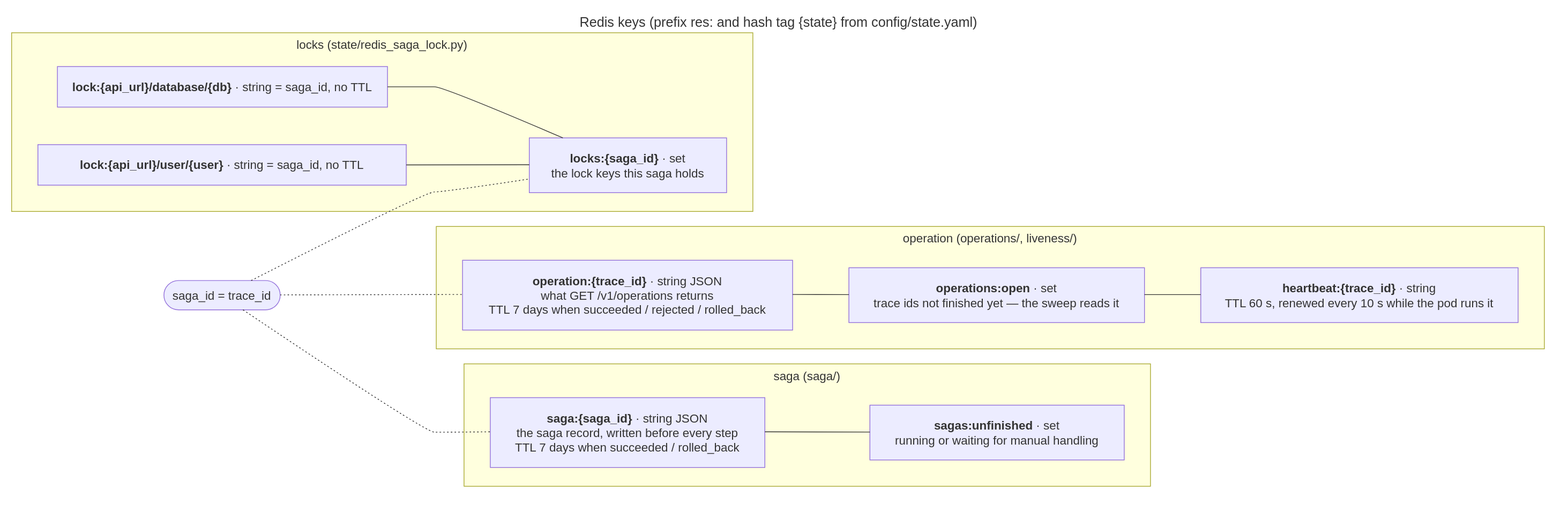
This is docs/diagrams/18-redis-keys.drawio.svg from EliShteinman/redis-enterprise-services, a draw.io export, as it was before one commit. Source tidied: cells renumbered, new cells last; positions are measured from the earlier drawing's top-left corner, leaving out a move shared by most shapes.
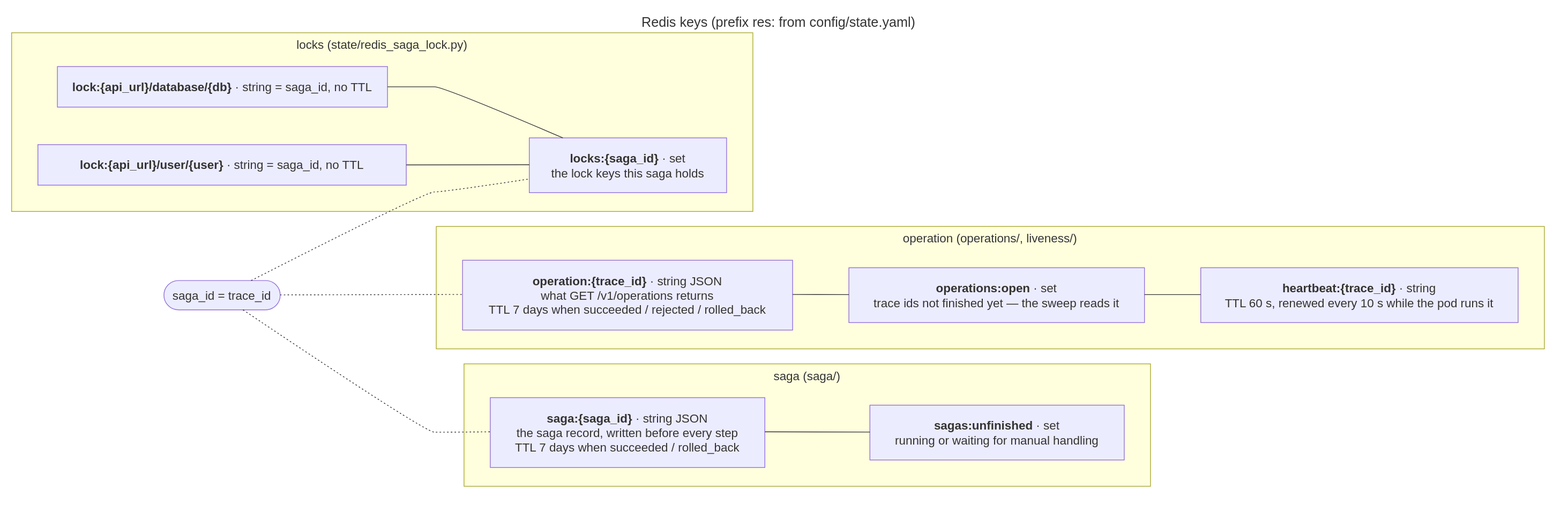
Above is the later version.

Commit message:
docs(state): no hash tag on the saga-state keys; the connection comes from one secret connection string

The saga-state DB is never sharded, so one tag only put every key in one slot.
The Redis team hands out a connection string plus an allowed prefix, so the
config takes RES_STATE__URL and keeps key_prefix separate.

Diff of the diagram source:
```diff
@@ -77,7 +77,7 @@
         </Array>
       </mxGeometry>
     </mxCell>
-    <mxCell id="22" value="Redis keys (prefix res: and hash tag {state} from config/state.yaml)" style="text;strokeColor=none;fillColor=none;align=center;verticalAlign=middle;fontSize=18;fontColor=light-dark(#333333,#cccccc);fontFamily=trebuchet ms,verdana,arial,sans-serif;" parent="1" vertex="1">
+    <mxCell id="22" value="Redis keys (prefix res: from config/state.yaml)" style="text;strokeColor=none;fillColor=none;align=center;verticalAlign=middle;fontSize=18;fontColor=light-dark(#333333,#cccccc);fontFamily=trebuchet ms,verdana,arial,sans-serif;" parent="1" vertex="1">
       <mxGeometry x="2" width="2041" height="25" as="geometry" />
     </mxCell>
   </root>
```
